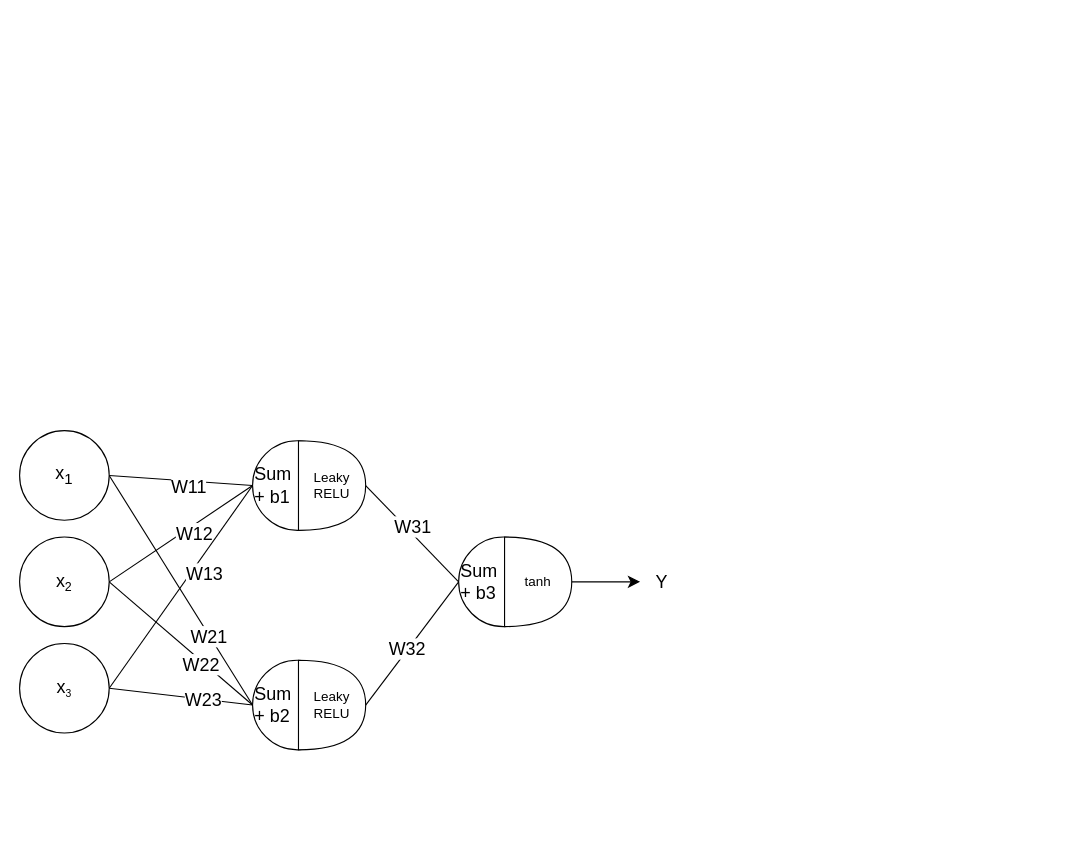
Earlier version of the draw.io diagram A2COMP433.drawio (critschris/COMP-433). Source tidied: cells renumbered, new cells numbered last; positions are measured from the earlier drawing's top-left corner, leaving out a move shared by most shapes. Both pictures are drawn from the tidied source at 112%, with x=0, y=0 at pixel (19, 430).
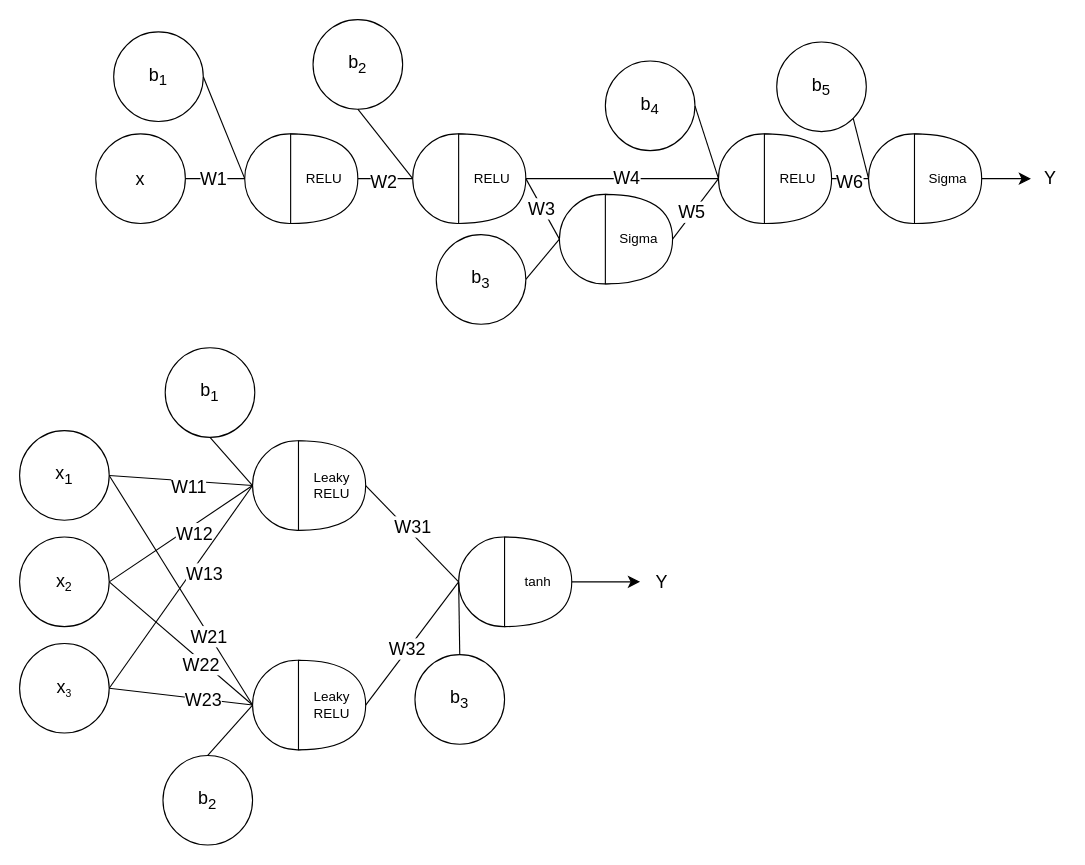
The same page after the edit.

The edit, as a diff of the source:
```diff
@@
-    <mxCell id="5" value="&lt;font style=&quot;font-size: 16px;&quot;&gt;Sum&lt;/font&gt;&lt;div&gt;&lt;font style=&quot;font-size: 16px;&quot;&gt;+ b1&lt;/font&gt;&lt;/div&gt;" style="ellipse;whiteSpace=wrap;html=1;align=left;" parent="1" vertex="1">
+    <mxCell id="5" style="ellipse;whiteSpace=wrap;html=1;align=left;" parent="1" vertex="1">
       <mxGeometry x="208" y="9" width="80" height="80" as="geometry" />
     </mxCell>
@@
-    <mxCell id="13" value="&lt;font style=&quot;font-size: 16px;&quot;&gt;Sum&lt;/font&gt;&lt;div&gt;&lt;font style=&quot;font-size: 16px;&quot;&gt;+ b2&lt;/font&gt;&lt;/div&gt;" style="ellipse;whiteSpace=wrap;html=1;align=left;" parent="1" vertex="1">
+    <mxCell id="13" style="ellipse;whiteSpace=wrap;html=1;align=left;" parent="1" vertex="1">
       <mxGeometry x="208" y="205" width="80" height="80" as="geometry" />
     </mxCell>
@@
-    <mxCell id="21" value="&lt;font style=&quot;font-size: 16px;&quot;&gt;Sum&lt;/font&gt;&lt;div&gt;&lt;font style=&quot;font-size: 16px;&quot;&gt;+ b3&lt;/font&gt;&lt;/div&gt;" style="ellipse;whiteSpace=wrap;html=1;align=left;" parent="1" vertex="1">
+    <mxCell id="21" style="ellipse;whiteSpace=wrap;html=1;align=left;" parent="1" vertex="1">
       <mxGeometry x="392" y="95" width="80" height="80" as="geometry" />
     </mxCell>
@@
+    <mxCell id="29" value="&lt;span style=&quot;font-size: 16px;&quot;&gt;x&lt;/span&gt;" style="ellipse;whiteSpace=wrap;html=1;" parent="1" vertex="1">
+      <mxGeometry x="68" y="-265" width="80" height="80" as="geometry" />
+    </mxCell>
+    <mxCell id="30" style="ellipse;whiteSpace=wrap;html=1;align=left;" parent="1" vertex="1">
+      <mxGeometry x="201" y="-265" width="80" height="80" as="geometry" />
+    </mxCell>
+    <mxCell id="31" value="RELU" style="shape=or;whiteSpace=wrap;html=1;" parent="1" vertex="1">
+      <mxGeometry x="242" y="-265" width="60" height="80" as="geometry" />
+    </mxCell>
+    <mxCell id="32" value="&lt;font style=&quot;&quot;&gt;&lt;sub style=&quot;&quot;&gt;&lt;span style=&quot;font-size: 16px;&quot;&gt;b&lt;sub&gt;1&lt;/sub&gt;&lt;/span&gt;&lt;/sub&gt;&lt;/font&gt;" style="ellipse;whiteSpace=wrap;html=1;" parent="1" vertex="1">
+      <mxGeometry x="130" y="-74" width="80" height="80" as="geometry" />
+    </mxCell>
+    <mxCell id="33" style="endArrow=none;html=1;rounded=0;fontSize=12;startSize=8;endSize=8;curved=1;entryX=0.5;entryY=1;entryDx=0;entryDy=0;exitX=0;exitY=0.5;exitDx=0;exitDy=0;" parent="1" edge="1" source="5" target="32">
+      <mxGeometry relative="1" as="geometry" />
+    </mxCell>
+    <mxCell id="34" value="&lt;font style=&quot;&quot;&gt;&lt;sub style=&quot;&quot;&gt;&lt;span style=&quot;font-size: 16px;&quot;&gt;b&lt;sub&gt;2&lt;/sub&gt;&lt;/span&gt;&lt;/sub&gt;&lt;/font&gt;" style="ellipse;whiteSpace=wrap;html=1;" parent="1" vertex="1">
+      <mxGeometry x="128" y="290" width="80" height="80" as="geometry" />
+    </mxCell>
+    <mxCell id="35" style="endArrow=none;html=1;rounded=0;fontSize=12;startSize=8;endSize=8;curved=1;exitX=0.5;exitY=0;exitDx=0;exitDy=0;entryX=0;entryY=0.5;entryDx=0;entryDy=0;" parent="1" edge="1" source="34" target="13">
+      <mxGeometry relative="1" as="geometry" />
+    </mxCell>
+    <mxCell id="36" value="&lt;font style=&quot;&quot;&gt;&lt;sub style=&quot;&quot;&gt;&lt;span style=&quot;font-size: 16px;&quot;&gt;b&lt;sub&gt;3&lt;/sub&gt;&lt;/span&gt;&lt;/sub&gt;&lt;/font&gt;" style="ellipse;whiteSpace=wrap;html=1;" parent="1" vertex="1">
+      <mxGeometry x="353" y="200" width="80" height="80" as="geometry" />
+    </mxCell>
+    <mxCell id="37" style="endArrow=none;html=1;rounded=0;fontSize=12;startSize=8;endSize=8;curved=1;exitX=0.5;exitY=0;exitDx=0;exitDy=0;entryX=0;entryY=0.5;entryDx=0;entryDy=0;" parent="1" edge="1" source="36" target="21">
+      <mxGeometry relative="1" as="geometry" />
+    </mxCell>
+    <mxCell id="38" style="endArrow=none;html=1;rounded=0;fontSize=12;startSize=8;endSize=8;curved=1;exitX=1;exitY=0.5;exitDx=0;exitDy=0;entryX=0;entryY=0.5;entryDx=0;entryDy=0;" parent="1" edge="1" source="29" target="30">
+      <mxGeometry relative="1" as="geometry" />
+    </mxCell>
+    <mxCell id="39" value="&lt;font style=&quot;font-size: 16px;&quot;&gt;W1&lt;/font&gt;" style="edgeLabel;html=1;align=center;verticalAlign=middle;fontSize=12;" parent="38" vertex="1">
+      <mxGeometry x="-0.09" y="1" relative="1" as="geometry" />
+    </mxCell>
+    <mxCell id="40" value="&lt;font style=&quot;font-size: 16px;&quot;&gt;b&lt;sub&gt;1&lt;/sub&gt;&lt;/font&gt;" style="ellipse;whiteSpace=wrap;html=1;" parent="1" vertex="1">
+      <mxGeometry x="84" y="-356" width="80" height="80" as="geometry" />
+    </mxCell>
+    <mxCell id="41" style="endArrow=none;html=1;rounded=0;fontSize=12;startSize=8;endSize=8;curved=1;exitX=1;exitY=0.5;exitDx=0;exitDy=0;entryX=0;entryY=0.5;entryDx=0;entryDy=0;" parent="1" edge="1" source="40" target="30">
+      <mxGeometry relative="1" as="geometry" />
+    </mxCell>
+    <mxCell id="42" style="endArrow=none;html=1;rounded=0;fontSize=12;startSize=8;endSize=8;curved=1;exitX=1;exitY=0.5;exitDx=0;exitDy=0;exitPerimeter=0;entryX=0;entryY=0.5;entryDx=0;entryDy=0;" parent="1" edge="1" source="31" target="44">
+      <mxGeometry relative="1" as="geometry" />
+    </mxCell>
+    <mxCell id="43" value="&lt;font style=&quot;font-size: 16px;&quot;&gt;W2&lt;/font&gt;" style="edgeLabel;html=1;align=center;verticalAlign=middle;fontSize=12;" parent="42" vertex="1">
+      <mxGeometry x="-0.1" y="-2" relative="1" as="geometry" />
+    </mxCell>
+    <mxCell id="44" style="ellipse;whiteSpace=wrap;html=1;align=left;" parent="1" vertex="1">
+      <mxGeometry x="351" y="-265" width="80" height="80" as="geometry" />
+    </mxCell>
+    <mxCell id="45" value="RELU" style="shape=or;whiteSpace=wrap;html=1;" parent="1" vertex="1">
+      <mxGeometry x="392" y="-265" width="60" height="80" as="geometry" />
+    </mxCell>
+    <mxCell id="46" value="&lt;font style=&quot;font-size: 16px;&quot;&gt;b&lt;sub&gt;2&lt;/sub&gt;&lt;/font&gt;" style="ellipse;whiteSpace=wrap;html=1;" parent="1" vertex="1">
+      <mxGeometry x="262" y="-367" width="80" height="80" as="geometry" />
+    </mxCell>
+    <mxCell id="47" style="endArrow=none;html=1;rounded=0;fontSize=12;startSize=8;endSize=8;curved=1;entryX=0.5;entryY=1;entryDx=0;entryDy=0;exitX=0;exitY=0.5;exitDx=0;exitDy=0;" parent="1" edge="1" source="44" target="46">
+      <mxGeometry relative="1" as="geometry" />
+    </mxCell>
+    <mxCell id="48" style="ellipse;whiteSpace=wrap;html=1;align=left;" parent="1" vertex="1">
+      <mxGeometry x="624" y="-265" width="80" height="80" as="geometry" />
+    </mxCell>
+    <mxCell id="49" value="RELU" style="shape=or;whiteSpace=wrap;html=1;" parent="1" vertex="1">
+      <mxGeometry x="665" y="-265" width="60" height="80" as="geometry" />
+    </mxCell>
+    <mxCell id="50" style="endArrow=none;html=1;rounded=0;fontSize=12;startSize=8;endSize=8;curved=1;exitX=1;exitY=0.5;exitDx=0;exitDy=0;exitPerimeter=0;entryX=0;entryY=0.5;entryDx=0;entryDy=0;" parent="1" edge="1" source="45" target="48">
+      <mxGeometry relative="1" as="geometry" />
+    </mxCell>
+    <mxCell id="51" value="&lt;font style=&quot;font-size: 16px;&quot;&gt;W4&lt;/font&gt;" style="edgeLabel;html=1;align=center;verticalAlign=middle;fontSize=12;" parent="50" vertex="1">
+      <mxGeometry x="0.04" y="2" relative="1" as="geometry" />
+    </mxCell>
+    <mxCell id="52" style="ellipse;whiteSpace=wrap;html=1;align=left;" parent="1" vertex="1">
+      <mxGeometry x="482" y="-211" width="80" height="80" as="geometry" />
+    </mxCell>
+    <mxCell id="53" value="Sigma" style="shape=or;whiteSpace=wrap;html=1;" parent="1" vertex="1">
+      <mxGeometry x="523" y="-211" width="60" height="80" as="geometry" />
+    </mxCell>
+    <mxCell id="54" style="endArrow=none;html=1;rounded=0;fontSize=12;startSize=8;endSize=8;curved=1;exitX=1;exitY=0.5;exitDx=0;exitDy=0;exitPerimeter=0;entryX=0;entryY=0.5;entryDx=0;entryDy=0;" parent="1" edge="1" source="45" target="52">
+      <mxGeometry relative="1" as="geometry" />
+    </mxCell>
+    <mxCell id="55" value="&lt;font style=&quot;font-size: 16px;&quot;&gt;W3&lt;/font&gt;" style="edgeLabel;html=1;align=center;verticalAlign=middle;fontSize=12;" parent="54" vertex="1">
+      <mxGeometry x="-0.04" relative="1" as="geometry">
+        <mxPoint x="-1" as="offset" />
+      </mxGeometry>
+    </mxCell>
+    <mxCell id="56" style="endArrow=none;html=1;rounded=0;fontSize=12;startSize=8;endSize=8;curved=1;exitX=0;exitY=0.5;exitDx=0;exitDy=0;entryX=1;entryY=0.5;entryDx=0;entryDy=0;" parent="1" edge="1" source="52" target="57">
+      <mxGeometry relative="1" as="geometry" />
+    </mxCell>
+    <mxCell id="57" value="&lt;font style=&quot;&quot;&gt;&lt;sub style=&quot;&quot;&gt;&lt;span style=&quot;font-size: 16px;&quot;&gt;b&lt;sub&gt;3&lt;/sub&gt;&lt;/span&gt;&lt;/sub&gt;&lt;/font&gt;" style="ellipse;whiteSpace=wrap;html=1;" parent="1" vertex="1">
+      <mxGeometry x="372" y="-175" width="80" height="80" as="geometry" />
+    </mxCell>
+    <mxCell id="58" value="&lt;font style=&quot;&quot;&gt;&lt;sub style=&quot;&quot;&gt;&lt;span style=&quot;font-size: 16px;&quot;&gt;b&lt;sub&gt;4&lt;/sub&gt;&lt;/span&gt;&lt;/sub&gt;&lt;/font&gt;" style="ellipse;whiteSpace=wrap;html=1;" parent="1" vertex="1">
+      <mxGeometry x="523" y="-330" width="80" height="80" as="geometry" />
+    </mxCell>
+    <mxCell id="59" style="endArrow=none;html=1;rounded=0;fontSize=12;startSize=8;endSize=8;curved=1;entryX=1;entryY=0.5;entryDx=0;entryDy=0;exitX=0;exitY=0.5;exitDx=0;exitDy=0;" parent="1" edge="1" source="48" target="58">
+      <mxGeometry relative="1" as="geometry" />
+    </mxCell>
+    <mxCell id="60" style="endArrow=none;html=1;rounded=0;fontSize=12;startSize=8;endSize=8;curved=1;exitX=1;exitY=0.5;exitDx=0;exitDy=0;exitPerimeter=0;entryX=0;entryY=0.5;entryDx=0;entryDy=0;" parent="1" edge="1" source="53" target="48">
+      <mxGeometry relative="1" as="geometry" />
+    </mxCell>
+    <mxCell id="61" value="&lt;font style=&quot;font-size: 16px;&quot;&gt;W5&lt;/font&gt;" style="edgeLabel;html=1;align=center;verticalAlign=middle;fontSize=12;" parent="60" vertex="1">
+      <mxGeometry x="-0.13" y="1" relative="1" as="geometry">
+        <mxPoint y="-1" as="offset" />
+      </mxGeometry>
+    </mxCell>
+    <mxCell id="62" style="ellipse;whiteSpace=wrap;html=1;align=left;" parent="1" vertex="1">
+      <mxGeometry x="758" y="-265" width="80" height="80" as="geometry" />
+    </mxCell>
+    <mxCell id="63" value="Sigma" style="shape=or;whiteSpace=wrap;html=1;" parent="1" vertex="1">
+      <mxGeometry x="799" y="-265" width="60" height="80" as="geometry" />
+    </mxCell>
+    <mxCell id="64" style="endArrow=none;html=1;rounded=0;fontSize=12;startSize=8;endSize=8;curved=1;exitX=1;exitY=0.5;exitDx=0;exitDy=0;exitPerimeter=0;entryX=0;entryY=0.5;entryDx=0;entryDy=0;" parent="1" edge="1" source="49" target="62">
+      <mxGeometry relative="1" as="geometry" />
+    </mxCell>
+    <mxCell id="65" value="&lt;font style=&quot;font-size: 16px;&quot;&gt;W6&lt;/font&gt;" style="edgeLabel;html=1;align=center;verticalAlign=middle;fontSize=12;" parent="64" vertex="1">
+      <mxGeometry x="-0.09" y="-2" relative="1" as="geometry" />
+    </mxCell>
+    <mxCell id="66" value="&lt;font style=&quot;&quot;&gt;&lt;sub style=&quot;&quot;&gt;&lt;span style=&quot;font-size: 16px;&quot;&gt;b&lt;sub&gt;5&lt;/sub&gt;&lt;/span&gt;&lt;/sub&gt;&lt;/font&gt;" style="ellipse;whiteSpace=wrap;html=1;" parent="1" vertex="1">
+      <mxGeometry x="676" y="-347" width="80" height="80" as="geometry" />
+    </mxCell>
+    <mxCell id="67" style="endArrow=none;html=1;rounded=0;fontSize=12;startSize=8;endSize=8;curved=1;exitX=1;exitY=1;exitDx=0;exitDy=0;entryX=0;entryY=0.5;entryDx=0;entryDy=0;" parent="1" edge="1" source="66" target="62">
+      <mxGeometry relative="1" as="geometry" />
+    </mxCell>
+    <mxCell id="68" style="endArrow=classic;html=1;rounded=0;fontSize=12;startSize=8;endSize=8;curved=1;exitX=1;exitY=0.5;exitDx=0;exitDy=0;exitPerimeter=0;" parent="1" edge="1" source="63">
+      <mxGeometry relative="1" as="geometry">
+        <mxPoint x="903" y="-225" as="targetPoint" />
+      </mxGeometry>
+    </mxCell>
+    <mxCell id="69" value="Y" style="text;html=1;align=center;verticalAlign=middle;strokeColor=none;fillColor=none;fontSize=16;" parent="1" vertex="1">
+      <mxGeometry x="905.5" y="-241.5" width="29" height="31" as="geometry" />
+    </mxCell>
```
